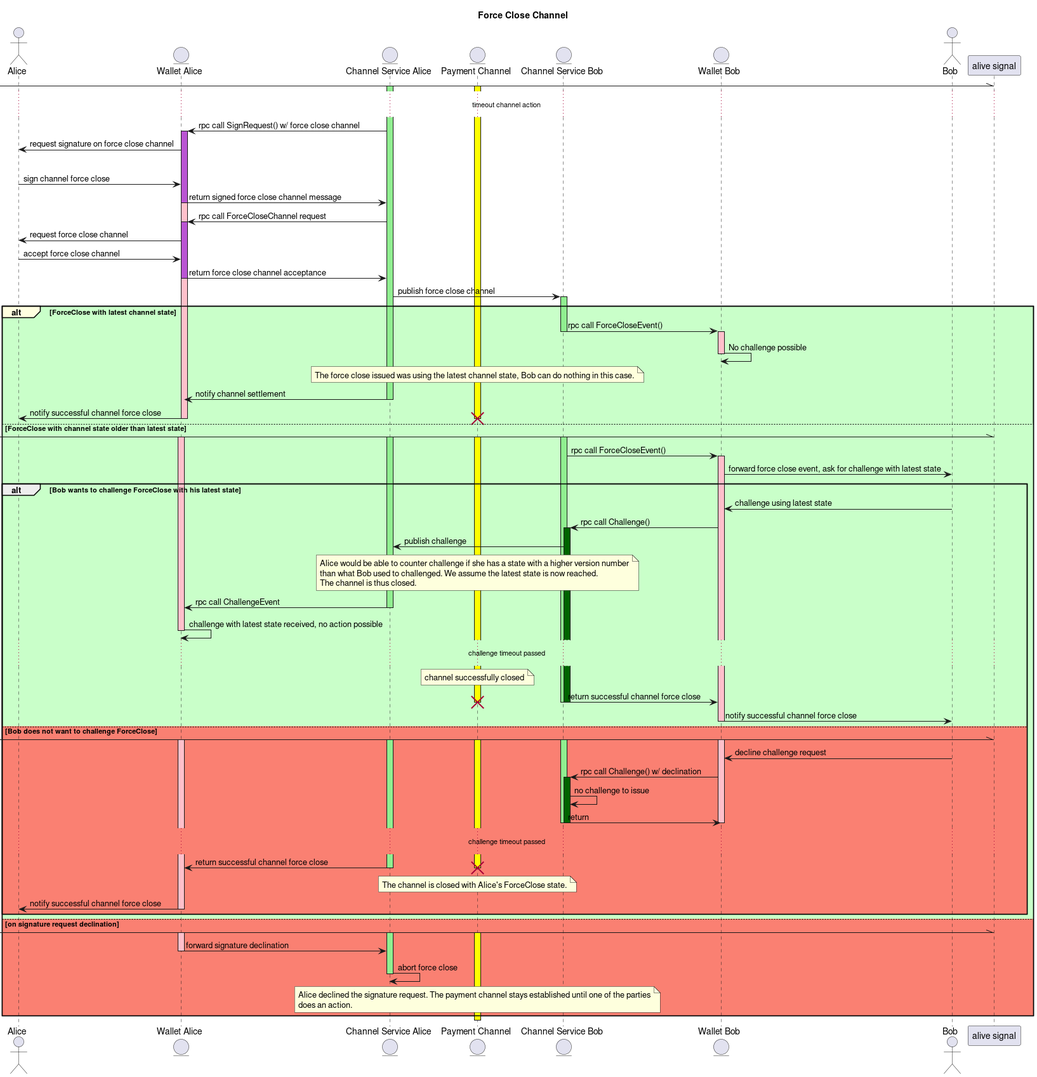
perun-network/perun-wallet-spec keeps this PlantUML diagram as resources/sequence-force-close.png. Above is the earlier version.
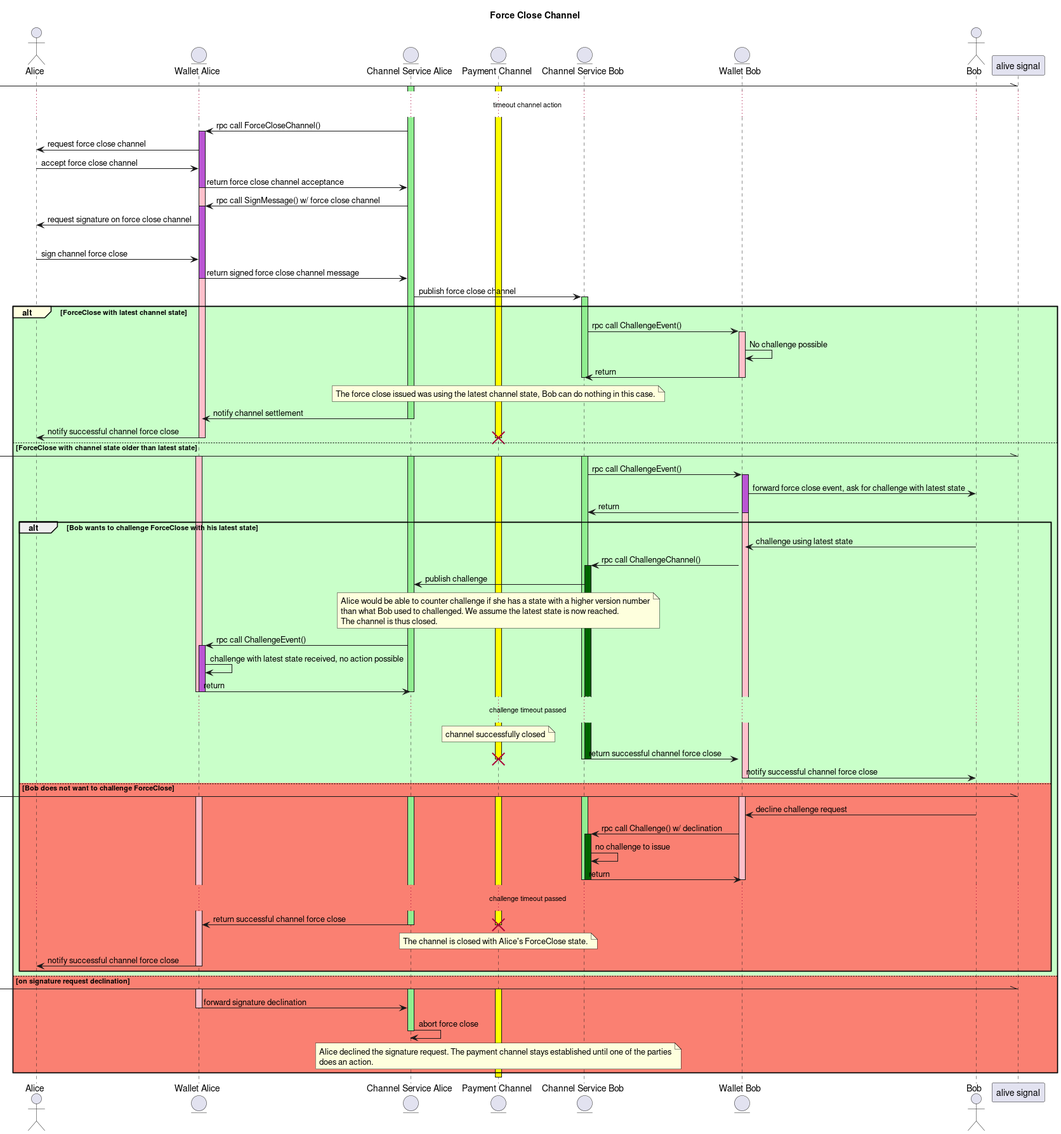
The same file after the commit.

Commit message:
spec: Update sequence diagrams in Spec.md

Change to the diagram source:
```diff
@@ -13,27 +13,28 @@
 activate PC #yellow
 activate CSA #lightgreen
 ...timeout channel action...
-CSA -> WA : rpc call SignRequest() w/ force close channel
+CSA -> WA : rpc call ForceCloseChannel()
 activate WA #pink
+activate WA #mediumorchid
+WA -> A : request force close channel
+A -> WA : accept force close channel
+WA -> CSA : return force close channel acceptance
+deactivate WA
+CSA -> WA : rpc call SignMessage() w/ force close channel
 activate WA #mediumorchid
 WA -> A : request signature on force close channel
 alt#gold #lightblue on signature request acceptance
   A -> WA : sign channel force close
   WA -> CSA : return signed force close channel message
   deactivate WA
-  CSA -> WA : rpc call ForceCloseChannel request
-  activate WA #mediumorchid
-  WA -> A : request force close channel
-  A -> WA : accept force close channel
-  WA -> CSA : return force close channel acceptance
-  deactivate WA
   CSA -> CSB : publish force close channel
   activate CSB #lightgreen
   alt#lightyellow #technology ForceClose with latest channel state
-    CSB -> WB : rpc call ForceCloseEvent()
-    deactivate CSB
+    CSB -> WB : rpc call ChallengeEvent()
     activate WB #pink
     WB -> WB : No challenge possible
+    WB -> CSB : return
+    deactivate CSB
     deactivate WB
     note over PC
     The force close issued was using the latest channel state, Bob can do nothing in this case.
@@ -49,12 +50,15 @@
     activate WA #pink
     activate CSA #lightgreen
     activate CSB #lightgreen
-    CSB -> WB : rpc call ForceCloseEvent()
+    CSB -> WB : rpc call ChallengeEvent()
     activate WB #pink
+    activate WB #mediumorchid
     WB -> B : forward force close event, ask for challenge with latest state
+    WB -> CSB : return
+    deactivate WB
     alt Bob wants to challenge ForceClose with his latest state
       B -> WB : challenge using latest state
-      WB -> CSB : rpc call Challenge()
+      WB -> CSB : rpc call ChallengeChannel()
       activate CSB #darkgreen
       CSB -> CSA : publish challenge
       note over PC
@@ -62,9 +66,12 @@
       than what Bob used to challenged. We assume the latest state is now reached.
       The channel is thus closed.
       end note
-      CSA -> WA : rpc call ChallengeEvent
+      CSA -> WA : rpc call ChallengeEvent()
+      activate WA #mediumorchid
+      WA -> WA : challenge with latest state received, no action possible
+      WA -> CSA : return
       deactivate CSA
-      WA -> WA : challenge with latest state received, no action possible
+      deactivate WA
       deactivate WA
       ...challenge timeout passed...
       note over PC : channel successfully closed
```
